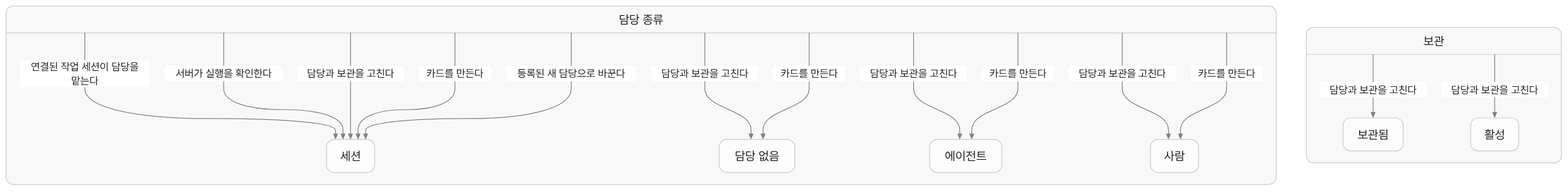
Before: docs/cards/generated/05-assignee-archive.png, a diagram exported from Mermaid (eiaserinnys/soulstream). Its source is kept beside it as docs/cards/generated/05-assignee-archive.mmd. Its diagram source:
```mermaid
stateDiagram-v2
direction TB
classDef breaks fill:#ffecee,stroke:#e72e3b,stroke-width:2px,color:#cd2834
classDef hole fill:#ffffff,stroke:#9a9a9a,stroke-dasharray:4 3
state "담당 종류" as cardDecision_assignee {
    direction TB
    state "담당 없음" as a_none
    state "에이전트" as a_agent
    state "사람" as a_human
    state "세션" as a_session
}
state "보관" as cardDecision_archive {
    direction TB
    state "활성" as arch_active
    state "보관됨" as arch_archived
}
cardDecision_assignee --> a_session: 연결된 작업 세션이 담당을 맡는다
cardDecision_assignee --> a_session: 서버가 실행을 확인한다
cardDecision_assignee --> a_none: 담당과 보관을 고친다
cardDecision_assignee --> a_agent: 담당과 보관을 고친다
cardDecision_assignee --> a_human: 담당과 보관을 고친다
cardDecision_assignee --> a_session: 담당과 보관을 고친다
cardDecision_assignee --> a_none: 카드를 만든다
cardDecision_assignee --> a_agent: 카드를 만든다
cardDecision_assignee --> a_human: 카드를 만든다
cardDecision_assignee --> a_session: 카드를 만든다
cardDecision_assignee --> a_session: 등록된 새 담당으로 바꾼다
cardDecision_archive --> arch_archived: 담당과 보관을 고친다
cardDecision_archive --> arch_active: 담당과 보관을 고친다
```
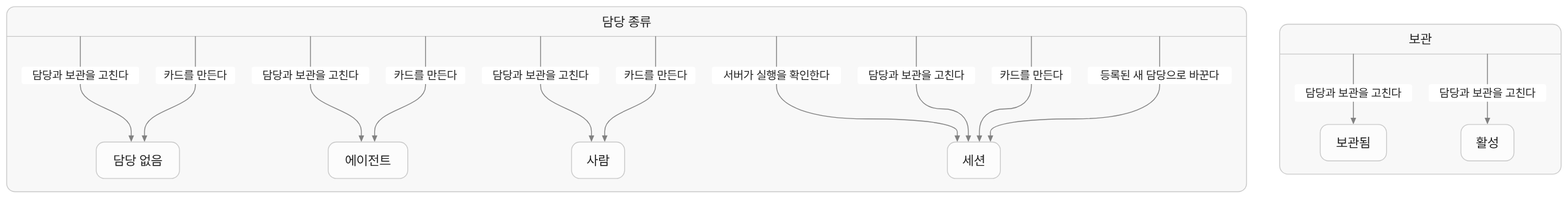
After the commit.

What changed in the source:
```diff
@@ -14,7 +14,6 @@
     state "활성" as arch_active
     state "보관됨" as arch_archived
 }
-cardDecision_assignee --> a_session: 연결된 작업 세션이 담당을 맡는다
 cardDecision_assignee --> a_session: 서버가 실행을 확인한다
 cardDecision_assignee --> a_none: 담당과 보관을 고친다
 cardDecision_assignee --> a_agent: 담당과 보관을 고친다
```
